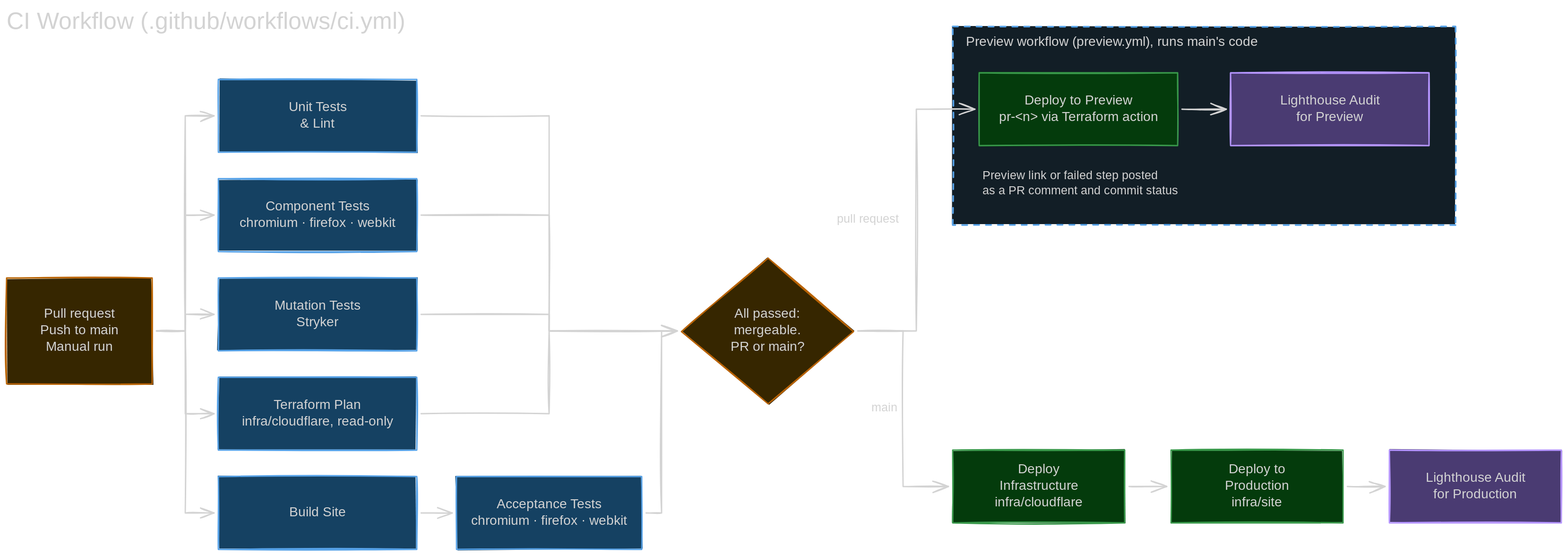
Earlier version of the Excalidraw export docs/ci-flow.svg (nikoheikkila/nikoheikkila.fi). Source tidied: one line per element, renumbered; positions are measured from the earlier drawing's top-left corner, leaving out a move shared by most shapes.
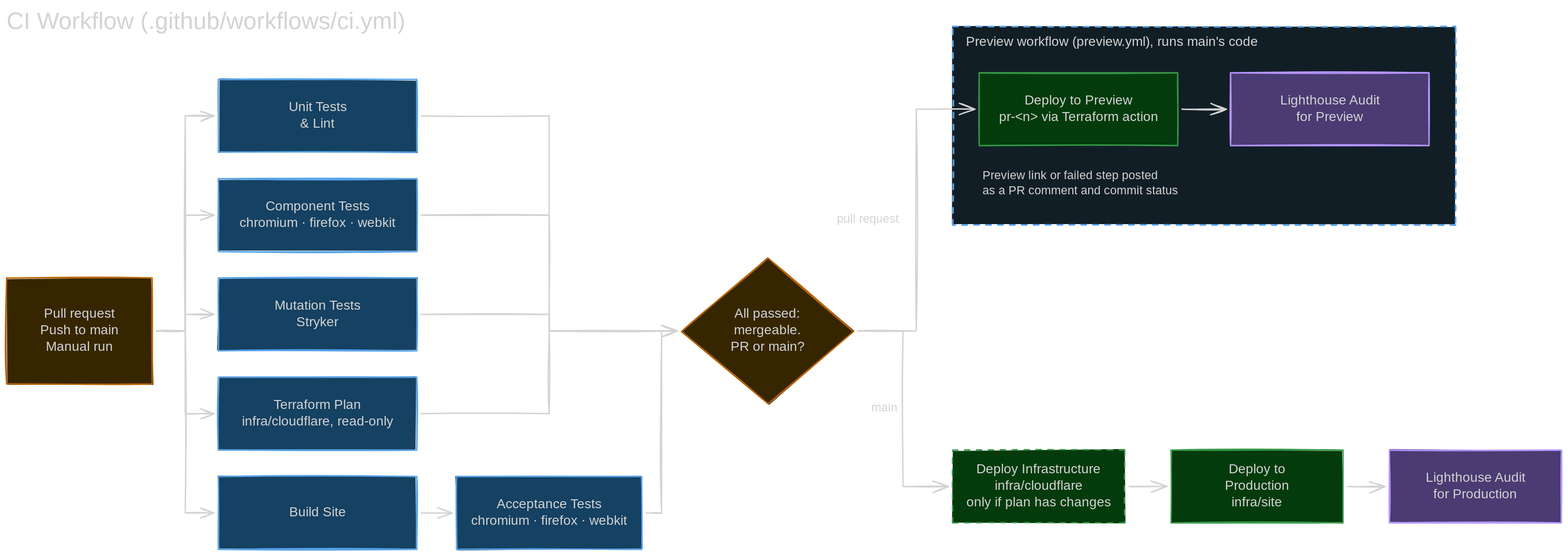
Above is the later version.

Change to the diagram source:
```diff
@@ -26,7 +26,7 @@
 {"id": 25, "type": "arrow", "strokeColor": "#d3d3d3", "strokeWidth": 2, "roughness": 1, "endArrowhead": "arrow", "x": 1286, "y": 490, "width": 177, "height": 335, "points": [[0, 0], [88, 0], [88, -335], [177, -335]]}
 {"id": 26, "type": "text", "text": "pull request", "strokeColor": "#d3d3d3", "strokeWidth": 2, "roughness": 1, "fontSize": 18, "fontFamily": 5, "x": 1255, "y": 310, "width": 84, "height": 22}
 {"id": 27, "type": "arrow", "strokeColor": "#d3d3d3", "strokeWidth": 2, "roughness": 1, "endArrowhead": "arrow", "x": 1776, "y": 155, "width": 67, "height": 0, "points": [[0, 0], [67, 0]]}
-{"id": 28, "type": "rectangle", "strokeColor": "#39994b", "backgroundColor": "#043b0c", "fillStyle": "solid", "strokeWidth": 2, "roughness": 1, "x": 1430, "y": 670, "width": 260, "height": 110}
+{"id": 28, "type": "rectangle", "strokeColor": "#39994b", "backgroundColor": "#043b0c", "fillStyle": "solid", "strokeWidth": 2, "strokeStyle": "dashed", "roughness": 1, "x": 1430, "y": 670, "width": 260, "height": 110}
 {"id": 29, "type": "rectangle", "strokeColor": "#39994b", "backgroundColor": "#043b0c", "fillStyle": "solid", "strokeWidth": 2, "roughness": 1, "x": 1760, "y": 670, "width": 260, "height": 110}
 {"id": 30, "type": "rectangle", "strokeColor": "#b595ff", "backgroundColor": "#4a3b72", "fillStyle": "solid", "strokeWidth": 2, "roughness": 1, "x": 2090, "y": 670, "width": 260, "height": 110}
 {"id": 31, "type": "arrow", "strokeColor": "#d3d3d3", "strokeWidth": 2, "roughness": 1, "endArrowhead": "arrow", "x": 1286, "y": 490, "width": 137, "height": 235, "points": [[0, 0], [68, 0], [68, 235], [137, 235]]}
@@ -43,6 +43,6 @@
 {"id": 42, "type": "text", "text": "All passed:\nmergeable.\nPR or main?", "strokeColor": "#d3d3d3", "strokeWidth": 2, "roughness": 1, "fontSize": 20, "fontFamily": 5, "textAlign": "center", "verticalAlign": "middle", "inside": 14, "x": 1100, "y": 452, "width": 100, "height": 75}
 {"id": 43, "type": "text", "text": "Deploy to Preview\npr-<n> via Terraform action", "strokeColor": "#d3d3d3", "strokeWidth": 2, "roughness": 1, "fontSize": 20, "fontFamily": 5, "textAlign": "center", "verticalAlign": "middle", "inside": 22, "x": 1519, "y": 130, "width": 202, "height": 50}
 {"id": 44, "type": "text", "text": "Lighthouse Audit\nfor Preview", "strokeColor": "#d3d3d3", "strokeWidth": 2, "roughness": 1, "fontSize": 20, "fontFamily": 5, "textAlign": "center", "verticalAlign": "middle", "inside": 23, "x": 1930, "y": 130, "width": 141, "height": 50}
-{"id": 45, "type": "text", "text": "Deploy\nInfrastructure\ninfra/cloudflare", "strokeColor": "#d3d3d3", "strokeWidth": 2, "roughness": 1, "fontSize": 20, "fontFamily": 5, "textAlign": "center", "verticalAlign": "middle", "inside": 28, "x": 1498, "y": 688, "width": 123, "height": 75}
+{"id": 45, "type": "text", "text": "Deploy Infrastructure\ninfra/cloudflare\nonly if plan has changes", "strokeColor": "#d3d3d3", "strokeWidth": 2, "roughness": 1, "fontSize": 20, "fontFamily": 5, "textAlign": "center", "verticalAlign": "middle", "inside": 28, "x": 1452, "y": 688, "width": 216, "height": 75}
 {"id": 46, "type": "text", "text": "Deploy to\nProduction\ninfra/site", "strokeColor": "#d3d3d3", "strokeWidth": 2, "roughness": 1, "fontSize": 20, "fontFamily": 5, "textAlign": "center", "verticalAlign": "middle", "inside": 29, "x": 1846, "y": 688, "width": 88, "height": 75}
 {"id": 47, "type": "text", "text": "Lighthouse Audit\nfor Production", "strokeColor": "#d3d3d3", "strokeWidth": 2, "roughness": 1, "fontSize": 20, "fontFamily": 5, "textAlign": "center", "verticalAlign": "middle", "inside": 30, "x": 2150, "y": 700, "width": 141, "height": 50}
```
